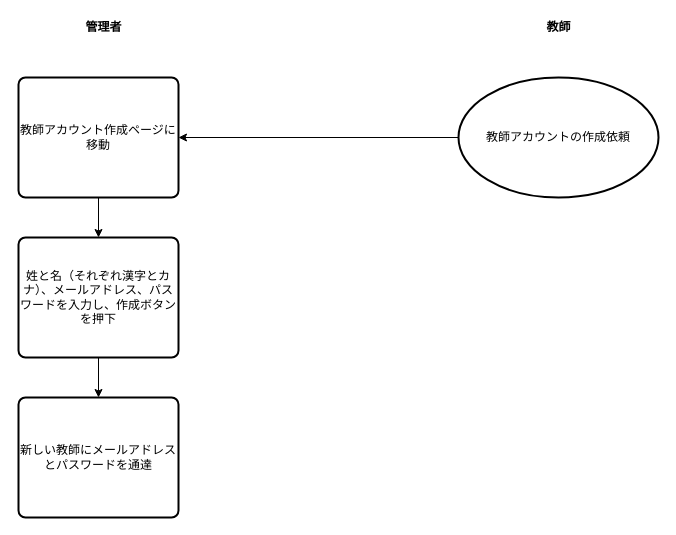
This is page "教員用アカウントの作成（フォーム）" (3 of 18) of documents/JHM-2023_ER.drawio from cntn-jr/JHM-2023, a draw.io file, before an edit. Source tidied: cells renumbered, new cells numbered last; positions are measured from the earlier drawing's top-left corner, leaving out a move shared by most shapes. Both pictures are drawn from the tidied source at 100%, with x=0, y=0 at pixel (18, 17).
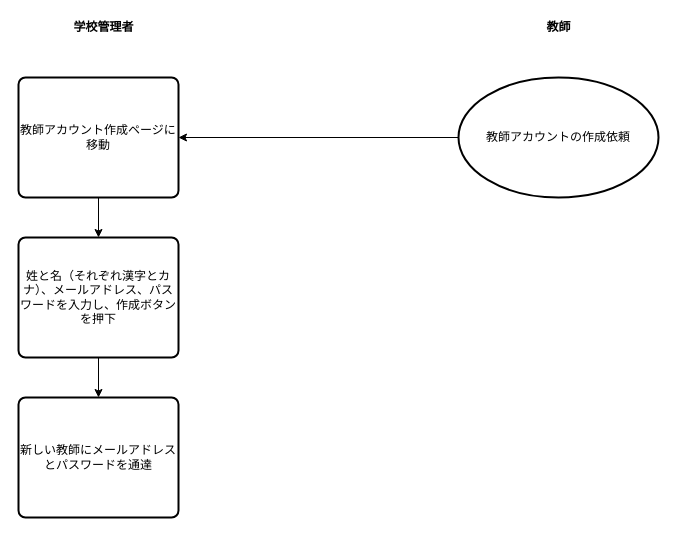
After the change.

What changed in the source:
```diff
@@
 <mxGraphModel>
   <root>
     <mxCell id="0" />
     <mxCell id="1" parent="0" />
-    <mxCell id="2" value="&lt;b&gt;管理者&lt;/b&gt;" style="text;html=1;align=center;verticalAlign=middle;strokeColor=none;fillColor=none;" parent="1" vertex="1">
-      <mxGeometry x="60" width="50" height="20" as="geometry" />
+    <mxCell id="2" value="&lt;b&gt;学校管理者&lt;/b&gt;" style="text;html=1;align=center;verticalAlign=middle;strokeColor=none;fillColor=none;" parent="1" vertex="1">
+      <mxGeometry x="45" width="80" height="20" as="geometry" />
     </mxCell>
     <mxCell id="3" value="&lt;b&gt;教師&lt;/b&gt;" style="text;html=1;align=center;verticalAlign=middle;strokeColor=none;fillColor=none;" parent="1" vertex="1">
       <mxGeometry x="520" width="40" height="20" as="geometry" />
     </mxCell>
     <mxCell id="4" style="edgeStyle=orthogonalEdgeStyle;rounded=0;jettySize=auto;html=1;" parent="1" edge="1" source="5" target="7">
       <mxGeometry relative="1" as="geometry" />
     </mxCell>
     <mxCell id="5" value="教師アカウントの作成依頼" style="strokeWidth=2;html=1;shape=mxgraph.flowchart.start_1;whiteSpace=wrap;" parent="1" vertex="1">
       <mxGeometry x="440" y="60" width="200" height="120" as="geometry" />
     </mxCell>
     <mxCell id="6" style="edgeStyle=orthogonalEdgeStyle;rounded=0;jettySize=auto;html=1;" parent="1" edge="1" source="7" target="9">
       <mxGeometry relative="1" as="geometry" />
     </mxCell>
     <mxCell id="7" value="教師アカウント作成ページに移動" style="rounded=1;whiteSpace=wrap;html=1;absoluteArcSize=1;arcSize=14;strokeWidth=2;" parent="1" vertex="1">
       <mxGeometry y="60" width="160" height="120" as="geometry" />
     </mxCell>
     <mxCell id="8" style="edgeStyle=orthogonalEdgeStyle;rounded=0;jettySize=auto;html=1;" parent="1" edge="1" source="9" target="10">
       <mxGeometry relative="1" as="geometry" />
     </mxCell>
     <mxCell id="9" value="姓と名（それぞれ漢字とカナ）、メールアドレス、パスワードを入力し、作成ボタンを押下" style="rounded=1;whiteSpace=wrap;html=1;absoluteArcSize=1;arcSize=14;strokeWidth=2;" parent="1" vertex="1">
       <mxGeometry y="220" width="160" height="120" as="geometry" />
     </mxCell>
     <mxCell id="10" value="新しい教師にメールアドレスとパスワードを通達" style="rounded=1;whiteSpace=wrap;html=1;absoluteArcSize=1;arcSize=14;strokeWidth=2;" parent="1" vertex="1">
       <mxGeometry y="380" width="160" height="120" as="geometry" />
     </mxCell>
   </root>
 </mxGraphModel>
```
